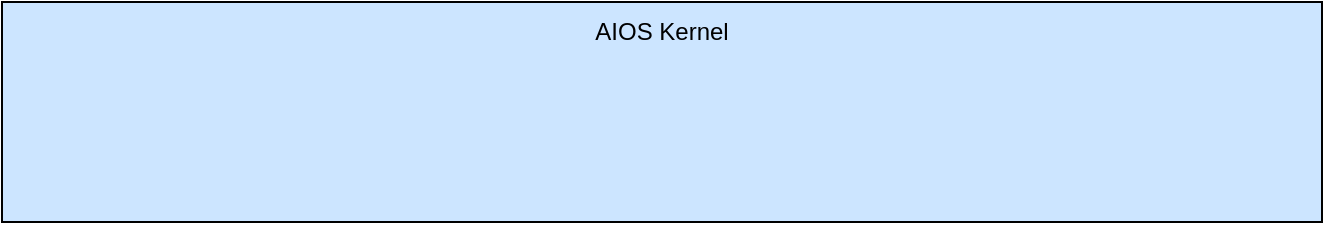
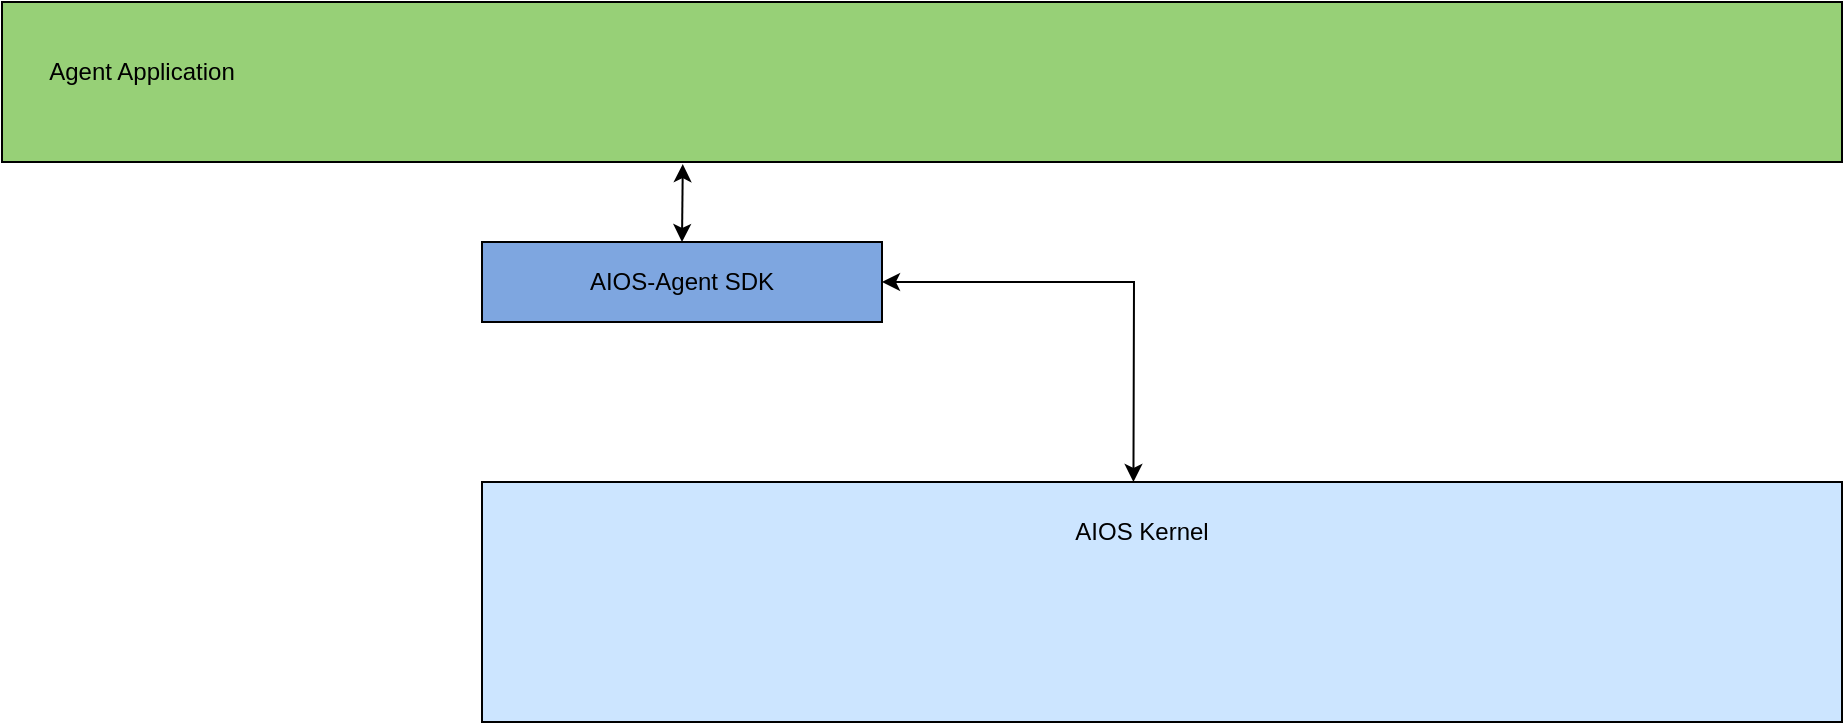
<mxfile host="Electron" agent="Mozilla/5.0 (Windows NT 10.0; Win64; x64) AppleWebKit/537.36 (KHTML, like Gecko) draw.io/28.2.5 Chrome/138.0.7204.251 Electron/37.6.1 Safari/537.36" version="28.2.5" pages="2">
  <diagram name="agent-operating-system-architecture" id="TGhAxTzHzWT_e_Xr8gDx">
-     <mxGraphModel dx="1111" dy="537" grid="1" gridSize="10" guides="1" tooltips="1" connect="1" arrows="1" fold="1" page="1" pageScale="1" pageWidth="827" pageHeight="1169" math="0" shadow="0">
+     <mxGraphModel dx="1938" dy="537" grid="1" gridSize="10" guides="1" tooltips="1" connect="1" arrows="1" fold="1" page="1" pageScale="1" pageWidth="827" pageHeight="1169" math="0" shadow="0">
      <root>
        <mxCell id="0" />
        <mxCell id="1" parent="0" />
        <mxCell id="m2nfT0A1Rj032AIpC_Df-1" value="" style="rounded=0;whiteSpace=wrap;html=1;fillColor=#CCE5FF;" parent="1" vertex="1">
-           <mxGeometry x="120" y="250" width="660" height="110" as="geometry" />
+           <mxGeometry x="120" y="320" width="680" height="120" as="geometry" />
        </mxCell>
        <mxCell id="m2nfT0A1Rj032AIpC_Df-2" value="AIOS Kernel" style="text;html=1;align=center;verticalAlign=middle;whiteSpace=wrap;rounded=0;" parent="1" vertex="1">
-           <mxGeometry x="360" y="250" width="180" height="30" as="geometry" />
+           <mxGeometry x="360" y="330" width="180" height="30" as="geometry" />
+         </mxCell>
+         <mxCell id="V0SBs6cQEt-GwS6L1xgn-1" value="" style="rounded=0;whiteSpace=wrap;html=1;fillColor=#97D077;" vertex="1" parent="1">
+           <mxGeometry x="-120" y="80" width="920" height="80" as="geometry" />
+         </mxCell>
+         <mxCell id="V0SBs6cQEt-GwS6L1xgn-2" value="Agent Application" style="text;html=1;align=center;verticalAlign=middle;whiteSpace=wrap;rounded=0;" vertex="1" parent="1">
+           <mxGeometry x="-120" y="100" width="140" height="30" as="geometry" />
+         </mxCell>
+         <mxCell id="V0SBs6cQEt-GwS6L1xgn-3" value="AIOS-Agent SDK" style="rounded=0;whiteSpace=wrap;html=1;fillColor=#7EA6E0;" vertex="1" parent="1">
+           <mxGeometry x="120" y="200" width="200" height="40" as="geometry" />
+         </mxCell>
+         <mxCell id="V0SBs6cQEt-GwS6L1xgn-4" value="" style="endArrow=classic;startArrow=classic;html=1;rounded=0;entryX=1;entryY=0.5;entryDx=0;entryDy=0;exitX=0.479;exitY=0;exitDx=0;exitDy=0;exitPerimeter=0;" edge="1" parent="1" source="m2nfT0A1Rj032AIpC_Df-1" target="V0SBs6cQEt-GwS6L1xgn-3">
+           <mxGeometry width="50" height="50" relative="1" as="geometry">
+             <mxPoint x="390" y="390" as="sourcePoint" />
+             <mxPoint x="440" y="340" as="targetPoint" />
+             <Array as="points">
+               <mxPoint x="446" y="220" />
+             </Array>
+           </mxGeometry>
+         </mxCell>
+         <mxCell id="V0SBs6cQEt-GwS6L1xgn-5" value="" style="endArrow=classic;startArrow=classic;html=1;rounded=0;entryX=0.5;entryY=0;entryDx=0;entryDy=0;exitX=0.37;exitY=1.013;exitDx=0;exitDy=0;exitPerimeter=0;" edge="1" parent="1" source="V0SBs6cQEt-GwS6L1xgn-1" target="V0SBs6cQEt-GwS6L1xgn-3">
+           <mxGeometry width="50" height="50" relative="1" as="geometry">
+             <mxPoint x="390" y="390" as="sourcePoint" />
+             <mxPoint x="440" y="340" as="targetPoint" />
+           </mxGeometry>
        </mxCell>
      </root>
    </mxGraphModel>
  </diagram>
  <diagram id="dRv7HGtZ8VmF3pqcFBqd" name="orchestrator-agent">
    <mxGraphModel dx="1111" dy="537" grid="1" gridSize="10" guides="1" tooltips="1" connect="1" arrows="1" fold="1" page="1" pageScale="1" pageWidth="827" pageHeight="1169" math="0" shadow="0">
      <root>
        <mxCell id="0" />
        <mxCell id="1" parent="0" />
        <mxCell id="me04-mCAA0OhA8XtyCMp-6" style="edgeStyle=orthogonalEdgeStyle;rounded=0;orthogonalLoop=1;jettySize=auto;html=1;exitX=1;exitY=0.5;exitDx=0;exitDy=0;" parent="1" source="me04-mCAA0OhA8XtyCMp-1" target="me04-mCAA0OhA8XtyCMp-5" edge="1">
          <mxGeometry relative="1" as="geometry" />
        </mxCell>
        <mxCell id="3X4N3Fm1qpWK9BS_qkfX-5" style="edgeStyle=orthogonalEdgeStyle;rounded=0;orthogonalLoop=1;jettySize=auto;html=1;exitX=0.5;exitY=1;exitDx=0;exitDy=0;entryX=0;entryY=0.5;entryDx=0;entryDy=0;" parent="1" source="me04-mCAA0OhA8XtyCMp-1" target="3X4N3Fm1qpWK9BS_qkfX-1" edge="1">
          <mxGeometry relative="1" as="geometry" />
        </mxCell>
        <mxCell id="jEmAfeL00mTtEKR1I6ZG-2" style="edgeStyle=orthogonalEdgeStyle;rounded=0;orthogonalLoop=1;jettySize=auto;html=1;exitX=0.5;exitY=0;exitDx=0;exitDy=0;entryX=0.5;entryY=0;entryDx=0;entryDy=0;" edge="1" parent="1" source="me04-mCAA0OhA8XtyCMp-1" target="jEmAfeL00mTtEKR1I6ZG-1">
          <mxGeometry relative="1" as="geometry">
            <Array as="points">
              <mxPoint x="410" y="200" />
              <mxPoint x="950" y="200" />
            </Array>
          </mxGeometry>
        </mxCell>
        <mxCell id="me04-mCAA0OhA8XtyCMp-1" value="Orchestrator Agent" style="rounded=1;whiteSpace=wrap;html=1;" parent="1" vertex="1">
          <mxGeometry x="350" y="250" width="120" height="60" as="geometry" />
        </mxCell>
        <mxCell id="me04-mCAA0OhA8XtyCMp-4" style="edgeStyle=orthogonalEdgeStyle;rounded=0;orthogonalLoop=1;jettySize=auto;html=1;entryX=0;entryY=0.5;entryDx=0;entryDy=0;" parent="1" source="me04-mCAA0OhA8XtyCMp-3" target="me04-mCAA0OhA8XtyCMp-1" edge="1">
          <mxGeometry relative="1" as="geometry" />
        </mxCell>
        <mxCell id="me04-mCAA0OhA8XtyCMp-3" value="" style="ellipse;fillColor=strokeColor;html=1;" parent="1" vertex="1">
          <mxGeometry x="230" y="265" width="30" height="30" as="geometry" />
        </mxCell>
        <mxCell id="me04-mCAA0OhA8XtyCMp-5" value="Specialized Agents Registry" style="rounded=1;whiteSpace=wrap;html=1;" parent="1" vertex="1">
          <mxGeometry x="600" y="250" width="120" height="60" as="geometry" />
        </mxCell>
        <mxCell id="jEmAfeL00mTtEKR1I6ZG-3" style="edgeStyle=orthogonalEdgeStyle;rounded=0;orthogonalLoop=1;jettySize=auto;html=1;exitX=1;exitY=0.5;exitDx=0;exitDy=0;entryX=0.5;entryY=1;entryDx=0;entryDy=0;" edge="1" parent="1" source="3X4N3Fm1qpWK9BS_qkfX-1" target="jEmAfeL00mTtEKR1I6ZG-1">
          <mxGeometry relative="1" as="geometry" />
        </mxCell>
        <mxCell id="3X4N3Fm1qpWK9BS_qkfX-1" value="Agents Pool" style="swimlane;html=1;startSize=20;fontStyle=0;collapsible=0;horizontal=1;swimlaneLine=1;strokeWidth=2;swimlaneFillColor=#ffffff;whiteSpace=wrap;" parent="1" vertex="1">
          <mxGeometry x="480" y="360" width="360" height="100" as="geometry" />
        </mxCell>
        <mxCell id="3X4N3Fm1qpWK9BS_qkfX-2" value="Specialized&lt;br&gt;Agent 1" style="rounded=1;whiteSpace=wrap;html=1;" parent="3X4N3Fm1qpWK9BS_qkfX-1" vertex="1">
          <mxGeometry x="40" y="30" width="120" height="60" as="geometry" />
        </mxCell>
        <mxCell id="3X4N3Fm1qpWK9BS_qkfX-4" value="Specialized&lt;br&gt;Agent N" style="rounded=1;whiteSpace=wrap;html=1;" parent="3X4N3Fm1qpWK9BS_qkfX-1" vertex="1">
          <mxGeometry x="200" y="30" width="120" height="60" as="geometry" />
        </mxCell>
        <mxCell id="jEmAfeL00mTtEKR1I6ZG-1" value="Memory" style="rounded=1;whiteSpace=wrap;html=1;" vertex="1" parent="1">
          <mxGeometry x="890" y="300" width="120" height="60" as="geometry" />
        </mxCell>
      </root>
    </mxGraphModel>
  </diagram>
</mxfile>
